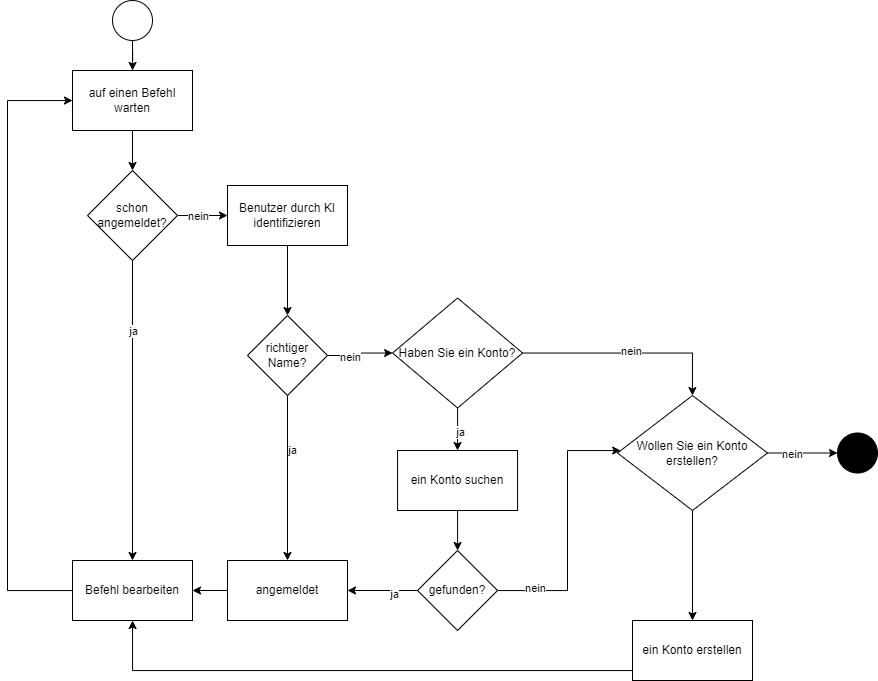
anastasia98s/PS2 keeps this draw.io diagram as docs/docs_image/user_anmeldung.drawio.png. Above is the earlier version. Source tidied: cells renumbered, new cells last; positions are measured from the earlier drawing's top-left corner, leaving out a move shared by most shapes. Source of this version:
```xml
<mxGraphModel>
  <root>
    <mxCell id="0" />
    <mxCell id="1" parent="0" />
    <mxCell id="2" style="edgeStyle=orthogonalEdgeStyle;rounded=0;jettySize=auto;html=1;" parent="1" edge="1" source="6" target="22">
      <mxGeometry relative="1" as="geometry" />
    </mxCell>
    <mxCell id="3" value="nein" style="edgeLabel;html=1;align=center;verticalAlign=middle;" parent="2" vertex="1">
      <mxGeometry x="-0.18" relative="1" as="geometry" />
    </mxCell>
    <mxCell id="4" style="edgeStyle=orthogonalEdgeStyle;rounded=0;jettySize=auto;html=1;" parent="1" edge="1" source="6" target="40">
      <mxGeometry relative="1" as="geometry" />
    </mxCell>
    <mxCell id="5" value="ja" style="edgeLabel;html=1;align=center;verticalAlign=middle;" parent="4" vertex="1">
      <mxGeometry x="-0.53" relative="1" as="geometry" />
    </mxCell>
    <mxCell id="6" value="schon angemeldet?" style="rhombus;whiteSpace=wrap;html=1;rounded=0;" parent="1" vertex="1">
      <mxGeometry x="80" y="170" width="90" height="90" as="geometry" />
    </mxCell>
    <mxCell id="7" style="edgeStyle=orthogonalEdgeStyle;rounded=0;jettySize=auto;html=1;" parent="1" edge="1" source="8" target="10">
      <mxGeometry relative="1" as="geometry" />
    </mxCell>
    <mxCell id="8" style="ellipse;whiteSpace=wrap;html=1;" parent="1" vertex="1">
      <mxGeometry x="105" width="40" height="40" as="geometry" />
    </mxCell>
    <mxCell id="9" style="edgeStyle=orthogonalEdgeStyle;rounded=0;jettySize=auto;html=1;" parent="1" edge="1" source="10" target="6">
      <mxGeometry relative="1" as="geometry" />
    </mxCell>
    <mxCell id="10" value="auf einen Befehl warten" style="whiteSpace=wrap;html=1;" parent="1" vertex="1">
      <mxGeometry x="65" y="70" width="120" height="60" as="geometry" />
    </mxCell>
    <mxCell id="11" style="edgeStyle=orthogonalEdgeStyle;rounded=0;jettySize=auto;html=1;" parent="1" edge="1" source="15" target="19">
      <mxGeometry relative="1" as="geometry">
        <Array as="points">
          <mxPoint x="685" y="353" />
        </Array>
      </mxGeometry>
    </mxCell>
    <mxCell id="12" value="nein" style="edgeLabel;html=1;align=center;verticalAlign=middle;" parent="11" vertex="1">
      <mxGeometry x="0.02" y="2" relative="1" as="geometry" />
    </mxCell>
    <mxCell id="13" style="edgeStyle=orthogonalEdgeStyle;rounded=0;jettySize=auto;html=1;" parent="1" edge="1" source="15" target="29">
      <mxGeometry relative="1" as="geometry" />
    </mxCell>
    <mxCell id="14" value="ja" style="edgeLabel;html=1;align=center;verticalAlign=middle;" parent="13" vertex="1">
      <mxGeometry x="0.11" y="2" relative="1" as="geometry" />
    </mxCell>
    <mxCell id="15" value="Haben Sie ein Konto?" style="rhombus;whiteSpace=wrap;html=1;rounded=0;" parent="1" vertex="1">
      <mxGeometry x="385.1" y="297.5" width="130" height="110" as="geometry" />
    </mxCell>
    <mxCell id="16" style="edgeStyle=orthogonalEdgeStyle;rounded=0;jettySize=auto;html=1;" parent="1" edge="1" source="19" target="20">
      <mxGeometry relative="1" as="geometry" />
    </mxCell>
    <mxCell id="17" value="nein" style="edgeLabel;html=1;align=center;verticalAlign=middle;" parent="16" vertex="1">
      <mxGeometry x="-0.29" y="-1" relative="1" as="geometry" />
    </mxCell>
    <mxCell id="18" style="edgeStyle=orthogonalEdgeStyle;rounded=0;jettySize=auto;html=1;" parent="1" edge="1" source="19" target="36">
      <mxGeometry relative="1" as="geometry" />
    </mxCell>
    <mxCell id="19" value="Wollen Sie ein Konto erstellen?" style="rhombus;whiteSpace=wrap;html=1;rounded=0;" parent="1" vertex="1">
      <mxGeometry x="610" y="395" width="150" height="115" as="geometry" />
    </mxCell>
    <mxCell id="20" style="ellipse;whiteSpace=wrap;html=1;rounded=0;strokeColor=#000000;fillColor=#000000;" parent="1" vertex="1">
      <mxGeometry x="830" y="432.5" width="40" height="40" as="geometry" />
    </mxCell>
    <mxCell id="21" style="edgeStyle=orthogonalEdgeStyle;rounded=0;jettySize=auto;html=1;" parent="1" edge="1" source="22" target="27">
      <mxGeometry relative="1" as="geometry" />
    </mxCell>
    <mxCell id="22" value="Benutzer durch KI identifizieren" style="whiteSpace=wrap;html=1;rounded=0;" parent="1" vertex="1">
      <mxGeometry x="220" y="185" width="120" height="60" as="geometry" />
    </mxCell>
    <mxCell id="23" style="edgeStyle=orthogonalEdgeStyle;rounded=0;jettySize=auto;html=1;" parent="1" edge="1" source="27" target="15">
      <mxGeometry relative="1" as="geometry" />
    </mxCell>
    <mxCell id="24" value="nein" style="edgeLabel;html=1;align=center;verticalAlign=middle;" parent="23" vertex="1">
      <mxGeometry x="-0.34" y="-1" relative="1" as="geometry" />
    </mxCell>
    <mxCell id="25" style="edgeStyle=orthogonalEdgeStyle;rounded=0;jettySize=auto;html=1;" parent="1" edge="1" source="27" target="38">
      <mxGeometry relative="1" as="geometry" />
    </mxCell>
    <mxCell id="26" value="ja" style="edgeLabel;html=1;align=center;verticalAlign=middle;" parent="25" vertex="1">
      <mxGeometry x="-0.35" y="4" relative="1" as="geometry" />
    </mxCell>
    <mxCell id="27" value="richtiger Name?" style="rhombus;whiteSpace=wrap;html=1;rounded=0;" parent="1" vertex="1">
      <mxGeometry x="240" y="315" width="80" height="80" as="geometry" />
    </mxCell>
    <mxCell id="28" style="edgeStyle=orthogonalEdgeStyle;rounded=0;jettySize=auto;html=1;" parent="1" edge="1" source="29" target="34">
      <mxGeometry relative="1" as="geometry" />
    </mxCell>
    <mxCell id="29" value="ein Konto suchen" style="whiteSpace=wrap;html=1;rounded=0;" parent="1" vertex="1">
      <mxGeometry x="390.1" y="450" width="120" height="60" as="geometry" />
    </mxCell>
    <mxCell id="30" style="edgeStyle=orthogonalEdgeStyle;rounded=0;jettySize=auto;html=1;" parent="1" edge="1" source="34" target="38">
      <mxGeometry relative="1" as="geometry" />
    </mxCell>
    <mxCell id="31" value="ja" style="edgeLabel;html=1;align=center;verticalAlign=middle;" parent="30" vertex="1">
      <mxGeometry x="-0.32" y="3" relative="1" as="geometry" />
    </mxCell>
    <mxCell id="32" style="edgeStyle=orthogonalEdgeStyle;rounded=0;jettySize=auto;html=1;" parent="1" edge="1" source="34" target="19">
      <mxGeometry relative="1" as="geometry">
        <Array as="points">
          <mxPoint x="560" y="590" />
          <mxPoint x="560" y="450" />
        </Array>
      </mxGeometry>
    </mxCell>
    <mxCell id="33" value="nein" style="edgeLabel;html=1;align=center;verticalAlign=middle;" parent="32" vertex="1">
      <mxGeometry x="-0.72" y="3" relative="1" as="geometry" />
    </mxCell>
    <mxCell id="34" value="gefunden?" style="rhombus;whiteSpace=wrap;html=1;rounded=0;" parent="1" vertex="1">
      <mxGeometry x="410.1" y="550" width="80" height="80" as="geometry" />
    </mxCell>
    <mxCell id="35" style="edgeStyle=orthogonalEdgeStyle;rounded=0;jettySize=auto;html=1;" parent="1" edge="1" source="36" target="40">
      <mxGeometry relative="1" as="geometry">
        <Array as="points">
          <mxPoint x="125" y="670" />
        </Array>
      </mxGeometry>
    </mxCell>
    <mxCell id="36" value="ein Konto erstellen" style="rounded=0;whiteSpace=wrap;html=1;" parent="1" vertex="1">
      <mxGeometry x="625" y="620" width="120" height="60" as="geometry" />
    </mxCell>
    <mxCell id="37" style="edgeStyle=orthogonalEdgeStyle;rounded=0;jettySize=auto;html=1;" parent="1" edge="1" source="38" target="40">
      <mxGeometry relative="1" as="geometry">
        <Array as="points">
          <mxPoint x="260" y="580" />
        </Array>
      </mxGeometry>
    </mxCell>
    <mxCell id="38" value="angemeldet" style="whiteSpace=wrap;html=1;rounded=0;" parent="1" vertex="1">
      <mxGeometry x="220" y="560" width="120" height="60" as="geometry" />
    </mxCell>
    <mxCell id="39" style="edgeStyle=orthogonalEdgeStyle;rounded=0;jettySize=auto;html=1;" parent="1" edge="1" source="40" target="10">
      <mxGeometry relative="1" as="geometry">
        <Array as="points">
          <mxPoint y="590" />
          <mxPoint y="100" />
        </Array>
      </mxGeometry>
    </mxCell>
    <mxCell id="40" value="Befehl bearbeiten" style="rounded=0;whiteSpace=wrap;html=1;" parent="1" vertex="1">
      <mxGeometry x="65" y="560" width="120" height="60" as="geometry" />
    </mxCell>
  </root>
</mxGraphModel>
```
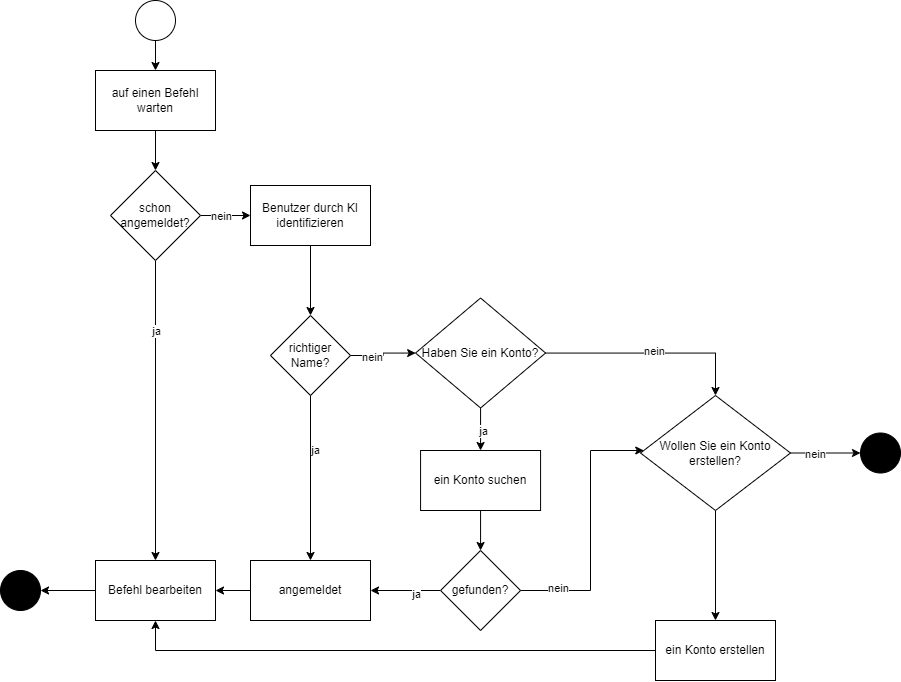
The same file after the commit.

The edit, as a diff of the source:
```diff
@@ -113,7 +113,7 @@
     <mxCell id="35" style="edgeStyle=orthogonalEdgeStyle;rounded=0;jettySize=auto;html=1;" parent="1" edge="1" source="36" target="40">
       <mxGeometry relative="1" as="geometry">
         <Array as="points">
-          <mxPoint x="125" y="670" />
+          <mxPoint x="125" y="650" />
         </Array>
       </mxGeometry>
     </mxCell>
@@ -130,16 +130,14 @@
     <mxCell id="38" value="angemeldet" style="whiteSpace=wrap;html=1;rounded=0;" parent="1" vertex="1">
       <mxGeometry x="220" y="560" width="120" height="60" as="geometry" />
     </mxCell>
-    <mxCell id="39" style="edgeStyle=orthogonalEdgeStyle;rounded=0;jettySize=auto;html=1;" parent="1" edge="1" source="40" target="10">
-      <mxGeometry relative="1" as="geometry">
-        <Array as="points">
-          <mxPoint y="590" />
-          <mxPoint y="100" />
-        </Array>
-      </mxGeometry>
-    </mxCell>
+    <mxCell id="41" style="edgeStyle=orthogonalEdgeStyle;rounded=0;jettySize=auto;html=1;" parent="1" edge="1" source="40" target="42">
+      <mxGeometry relative="1" as="geometry" />
+    </mxCell>
     <mxCell id="40" value="Befehl bearbeiten" style="rounded=0;whiteSpace=wrap;html=1;" parent="1" vertex="1">
       <mxGeometry x="65" y="560" width="120" height="60" as="geometry" />
     </mxCell>
+    <mxCell id="42" style="ellipse;whiteSpace=wrap;html=1;rounded=0;strokeColor=#000000;fillColor=#000000;" parent="1" vertex="1">
+      <mxGeometry x="-30" y="570" width="40" height="40" as="geometry" />
+    </mxCell>
   </root>
 </mxGraphModel>
```
